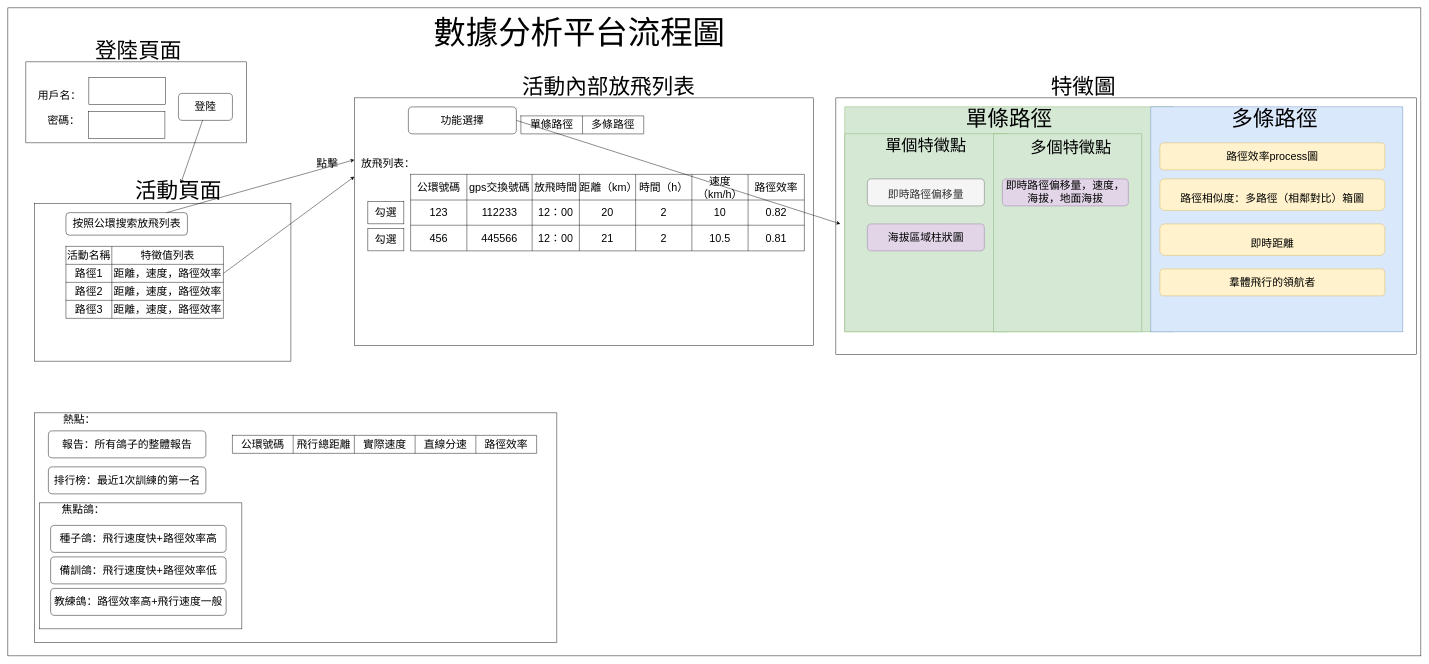
This is page "數據分析平台-流程圖" (10 of 18) of gpsDataAnalysisFunctionDesion.drawio from pengzhen80/PigeonRace, a draw.io file, before an edit. Source tidied: cells renumbered, new cells numbered last; positions are measured from the earlier drawing's top-left corner, leaving out a move shared by most shapes. Both pictures are drawn from the tidied source at 45%, with x=0, y=0 at pixel (8, 8).
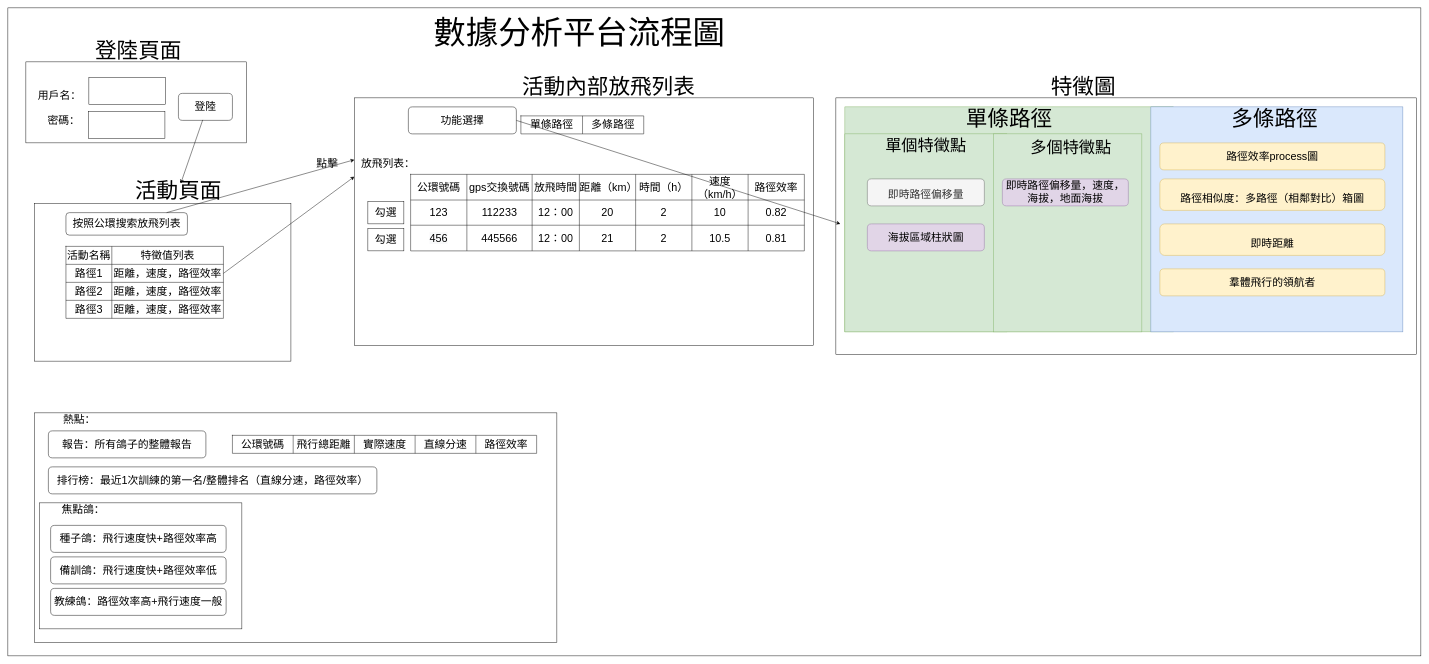
Above is the later version.

Diff of the diagram source:
```diff
@@
-    <mxCell id="88" value="排行榜：最近1次訓練的第一名" style="rounded=1;whiteSpace=wrap;html=1;fontSize=24;" parent="1" vertex="1">
-      <mxGeometry x="90" y="1020" width="350" height="60" as="geometry" />
+    <mxCell id="88" value="排行榜：最近1次訓練的第一名/整體排名（直線分速，路徑效率）" style="rounded=1;whiteSpace=wrap;html=1;fontSize=24;" parent="1" vertex="1">
+      <mxGeometry x="90" y="1020" width="730" height="60" as="geometry" />
     </mxCell>
```
